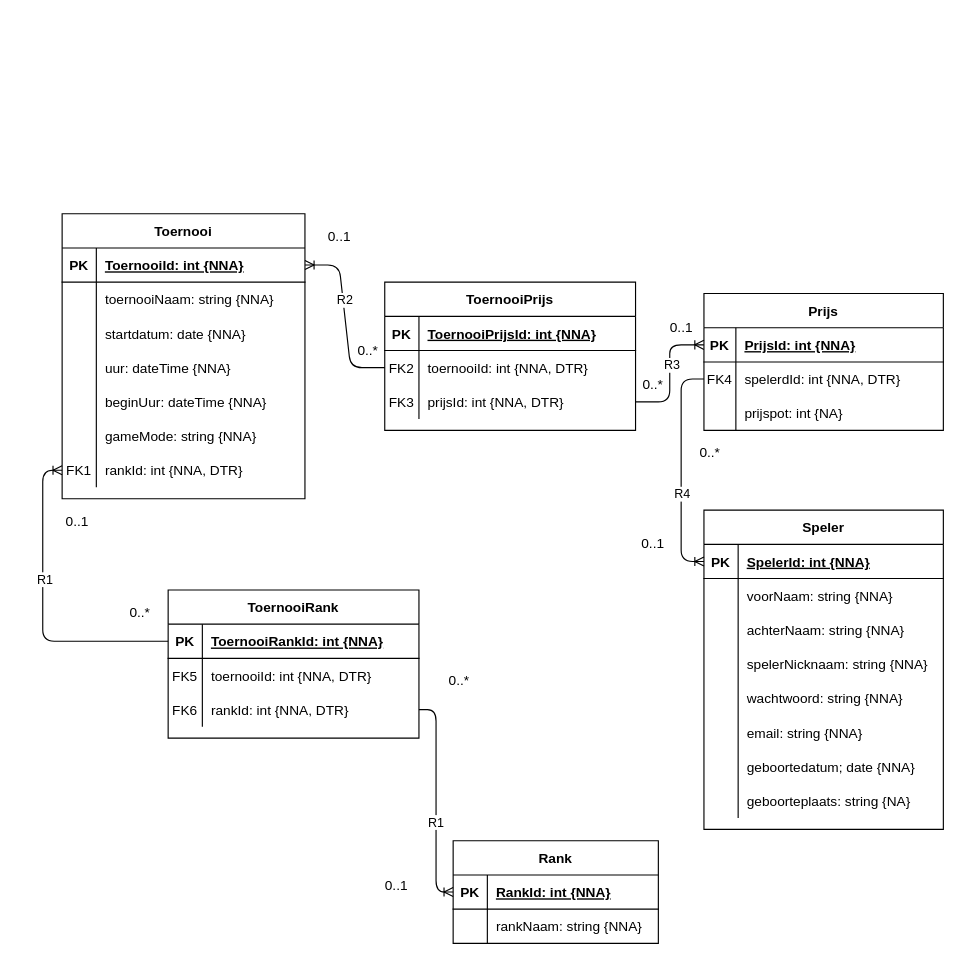
Above: Querries/DM_Project_toernooi_DeRidderJoris.drawio in JorisDeRidder42/DMProject_Toernooi (draw.io), before the change. Source tidied: cells renumbered, new cells numbered last; positions are measured from the earlier drawing's top-left corner, leaving out a move shared by most shapes. Both pictures are drawn from the tidied source at 114%, with x=0, y=0 at pixel (42, 213).
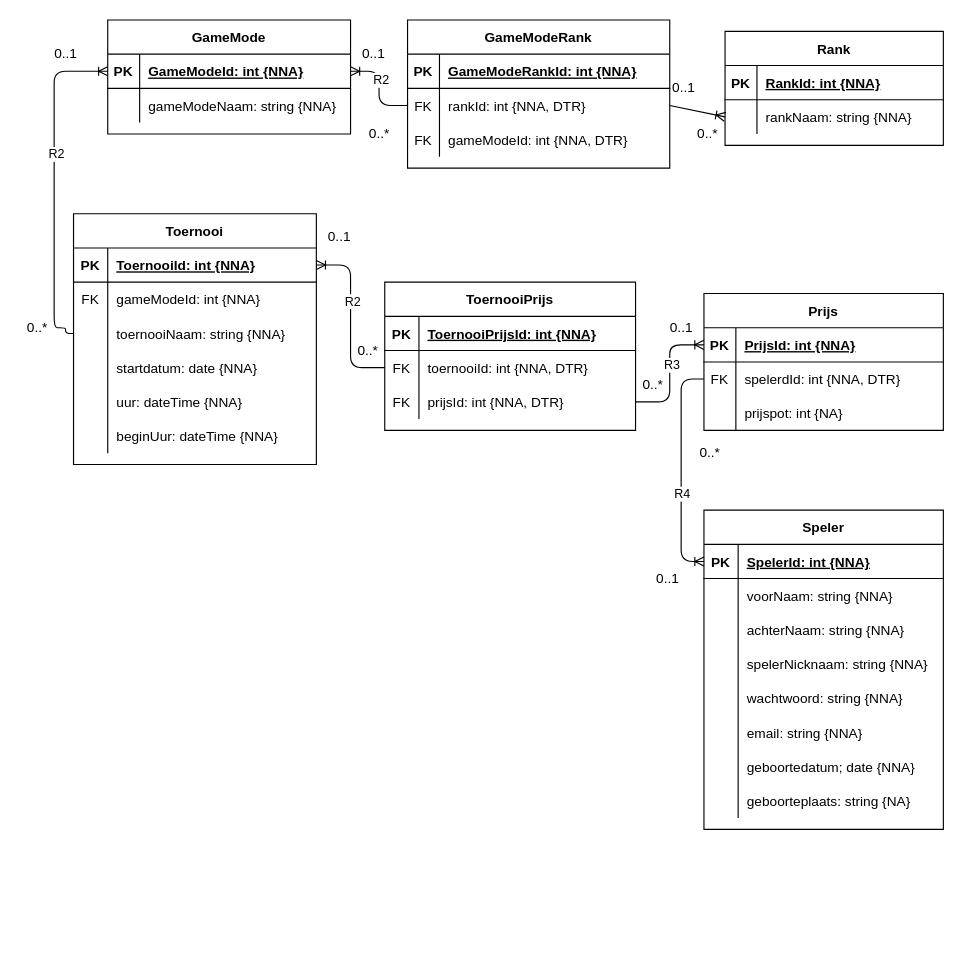
The same page after the edit.

The change refers to these unchanged cells:
```xml
<mxCell id="53" style="shape=partialRectangle;fillColor=none;top=0;left=0;bottom=0;right=0;points=[[0,0.5],[1,0.5]];portConstraint=eastwest;" parent="49" vertex="1">
  <mxGeometry y="60" width="210" height="30" as="geometry" />
</mxCell>
<mxCell id="70" style="shape=partialRectangle;fillColor=none;top=0;left=0;bottom=0;right=0;points=[[0,0.5],[1,0.5]];portConstraint=eastwest;" parent="66" vertex="1">
  <mxGeometry y="60" width="220" height="30" as="geometry" />
</mxCell>
<mxCell id="73" style="shape=partialRectangle;fillColor=none;top=0;left=0;bottom=0;right=0;points=[[0,0.5],[1,0.5]];portConstraint=eastwest;" parent="66" vertex="1">
  <mxGeometry y="90" width="220" height="30" as="geometry" />
</mxCell>
```

Diff of the diagram source:
```diff
@@
     <mxCell id="27" value="Toernooi" style="shape=table;startSize=30;childLayout=tableLayout;rowLines=0;fontStyle=1;align=center;" parent="1" vertex="1">
-      <mxGeometry x="17" width="213" height="250" as="geometry" />
+      <mxGeometry x="27" width="213" height="220" as="geometry" />
     </mxCell>
@@
+    <mxCell id="106" style="shape=partialRectangle;fillColor=none;top=0;left=0;bottom=0;right=0;" parent="27" vertex="1">
+      <mxGeometry y="60" width="213" height="30" as="geometry" />
+    </mxCell>
+    <mxCell id="107" value="FK" style="shape=partialRectangle;fillColor=none;top=0;left=0;bottom=0;right=0;fontStyle=0;overflow=hidden;" parent="106" vertex="1">
+      <mxGeometry width="30" height="30" as="geometry" />
+    </mxCell>
+    <mxCell id="108" value="gameModeId: int {NNA}" style="shape=partialRectangle;fillColor=none;top=0;left=0;bottom=0;right=0;align=left;spacingLeft=6;fontStyle=0;overflow=hidden;" parent="106" vertex="1">
+      <mxGeometry x="30" width="183" height="30" as="geometry" />
+    </mxCell>
     <mxCell id="31" style="shape=partialRectangle;fillColor=none;top=0;left=0;bottom=0;right=0;points=[[0,0.5],[1,0.5]];portConstraint=eastwest;" parent="27" vertex="1">
-      <mxGeometry y="60" width="213" height="30" as="geometry" />
+      <mxGeometry y="90" width="213" height="30" as="geometry" />
     </mxCell>
@@
     <mxCell id="34" style="shape=partialRectangle;fillColor=none;top=0;left=0;bottom=0;right=0;" parent="27" vertex="1">
-      <mxGeometry y="90" width="213" height="30" as="geometry" />
+      <mxGeometry y="120" width="213" height="30" as="geometry" />
     </mxCell>
@@
     <mxCell id="37" style="shape=partialRectangle;fillColor=none;top=0;left=0;bottom=0;right=0;" parent="27" vertex="1">
-      <mxGeometry y="120" width="213" height="30" as="geometry" />
+      <mxGeometry y="150" width="213" height="30" as="geometry" />
     </mxCell>
@@
     <mxCell id="40" style="shape=partialRectangle;fillColor=none;top=0;left=0;bottom=0;right=0;" parent="27" vertex="1">
-      <mxGeometry y="150" width="213" height="30" as="geometry" />
+      <mxGeometry y="180" width="213" height="30" as="geometry" />
     </mxCell>
@@
-    <mxCell id="43" style="shape=partialRectangle;fillColor=none;top=0;left=0;bottom=0;right=0;" parent="27" vertex="1">
-      <mxGeometry y="180" width="213" height="30" as="geometry" />
-    </mxCell>
-    <mxCell id="44" style="shape=partialRectangle;fillColor=none;top=0;left=0;bottom=0;right=0;overflow=hidden;" parent="43" vertex="1">
-      <mxGeometry width="30" height="30" as="geometry" />
-    </mxCell>
-    <mxCell id="45" value="gameMode: string {NNA}" style="shape=partialRectangle;fillColor=none;top=0;left=0;bottom=0;right=0;align=left;spacingLeft=6;overflow=hidden;" parent="43" vertex="1">
-      <mxGeometry x="30" width="183" height="30" as="geometry" />
-    </mxCell>
-    <mxCell id="46" style="shape=partialRectangle;fillColor=none;top=0;left=0;bottom=0;right=0;points=[[0,0.5],[1,0.5]];portConstraint=eastwest;" parent="27" vertex="1">
-      <mxGeometry y="210" width="213" height="30" as="geometry" />
-    </mxCell>
-    <mxCell id="47" value="FK1" style="shape=partialRectangle;fillColor=none;top=0;left=0;bottom=0;right=0;fontStyle=0;overflow=hidden;" parent="46" vertex="1">
-      <mxGeometry width="30" height="30" as="geometry" />
-    </mxCell>
-    <mxCell id="48" value="rankId: int {NNA, DTR}" style="shape=partialRectangle;fillColor=none;top=0;left=0;bottom=0;right=0;align=left;spacingLeft=6;fontStyle=0;overflow=hidden;" parent="46" vertex="1">
-      <mxGeometry x="30" width="183" height="30" as="geometry" />
-    </mxCell>
@@
-    <mxCell id="54" value="FK4" style="shape=partialRectangle;fillColor=none;top=0;left=0;bottom=0;right=0;overflow=hidden;" parent="53" vertex="1">
+    <mxCell id="54" value="FK" style="shape=partialRectangle;fillColor=none;top=0;left=0;bottom=0;right=0;overflow=hidden;" parent="53" vertex="1">
       <mxGeometry width="28" height="30" as="geometry" />
     </mxCell>
@@
-    <mxCell id="59" value="Rank" style="shape=table;startSize=30;childLayout=tableLayout;rowLines=0;fontStyle=1;align=center;" parent="1" vertex="1">
-      <mxGeometry x="360" y="550" width="180" height="90" as="geometry" />
-    </mxCell>
-    <mxCell id="60" style="shape=partialRectangle;fillColor=none;top=0;left=0;bottom=1;right=0;points=[[0,0.5],[1,0.5]];portConstraint=eastwest;" parent="59" vertex="1">
-      <mxGeometry y="30" width="180" height="30" as="geometry" />
-    </mxCell>
-    <mxCell id="61" value="PK" style="shape=partialRectangle;fillColor=none;top=0;left=0;bottom=0;right=0;fontStyle=1;overflow=hidden;" parent="60" vertex="1">
-      <mxGeometry width="30" height="30" as="geometry" />
-    </mxCell>
-    <mxCell id="62" value="RankId: int {NNA}" style="shape=partialRectangle;fillColor=none;top=0;left=0;bottom=0;right=0;align=left;spacingLeft=6;fontStyle=5;overflow=hidden;" parent="60" vertex="1">
-      <mxGeometry x="30" width="150" height="30" as="geometry" />
-    </mxCell>
-    <mxCell id="63" style="shape=partialRectangle;fillColor=none;top=0;left=0;bottom=0;right=0;" parent="59" vertex="1">
-      <mxGeometry y="60" width="180" height="30" as="geometry" />
-    </mxCell>
-    <mxCell id="64" style="shape=partialRectangle;fillColor=none;top=0;left=0;bottom=0;right=0;overflow=hidden;" parent="63" vertex="1">
-      <mxGeometry width="30" height="30" as="geometry" />
-    </mxCell>
-    <mxCell id="65" value="rankNaam: string {NNA}" style="shape=partialRectangle;fillColor=none;top=0;left=0;bottom=0;right=0;align=left;spacingLeft=6;overflow=hidden;" parent="63" vertex="1">
-      <mxGeometry x="30" width="150" height="30" as="geometry" />
-    </mxCell>
@@
-    <mxCell id="71" value="FK2" style="shape=partialRectangle;fillColor=none;top=0;left=0;bottom=0;right=0;overflow=hidden;" parent="70" vertex="1">
+    <mxCell id="71" value="FK" style="shape=partialRectangle;fillColor=none;top=0;left=0;bottom=0;right=0;overflow=hidden;" parent="70" vertex="1">
       <mxGeometry width="30" height="30" as="geometry" />
     </mxCell>
@@
-    <mxCell id="74" value="FK3" style="shape=partialRectangle;fillColor=none;top=0;left=0;bottom=0;right=0;overflow=hidden;" parent="73" vertex="1">
+    <mxCell id="74" value="FK" style="shape=partialRectangle;fillColor=none;top=0;left=0;bottom=0;right=0;overflow=hidden;" parent="73" vertex="1">
       <mxGeometry width="30" height="30" as="geometry" />
     </mxCell>
@@
-    <mxCell id="87" value="0..1" style="text;html=1;align=center;verticalAlign=middle;" parent="1" vertex="1">
-      <mxGeometry x="515" y="280" width="40" height="20" as="geometry" />
-    </mxCell>
-    <mxCell id="88" value="ToernooiRank" style="shape=table;startSize=30;childLayout=tableLayout;rowLines=0;fontStyle=1;align=center;" parent="1" vertex="1">
-      <mxGeometry x="110" y="330" width="220" height="130" as="geometry" />
-    </mxCell>
-    <mxCell id="89" style="shape=partialRectangle;fillColor=none;top=0;left=0;bottom=1;right=0;points=[[0,0.5],[1,0.5]];portConstraint=eastwest;" parent="88" vertex="1">
-      <mxGeometry y="30" width="220" height="30" as="geometry" />
-    </mxCell>
-    <mxCell id="90" value="PK" style="shape=partialRectangle;fillColor=none;top=0;left=0;bottom=0;right=0;fontStyle=1;overflow=hidden;" parent="89" vertex="1">
-      <mxGeometry width="30" height="30" as="geometry" />
-    </mxCell>
-    <mxCell id="91" value="ToernooiRankId: int {NNA}" style="shape=partialRectangle;fillColor=none;top=0;left=0;bottom=0;right=0;align=left;spacingLeft=6;fontStyle=5;overflow=hidden;" parent="89" vertex="1">
-      <mxGeometry x="30" width="190" height="30" as="geometry" />
-    </mxCell>
-    <mxCell id="92" style="shape=partialRectangle;fillColor=none;top=0;left=0;bottom=0;right=0;" parent="88" vertex="1">
-      <mxGeometry y="60" width="220" height="30" as="geometry" />
-    </mxCell>
-    <mxCell id="93" value="FK5" style="shape=partialRectangle;fillColor=none;top=0;left=0;bottom=0;right=0;overflow=hidden;" parent="92" vertex="1">
-      <mxGeometry width="30" height="30" as="geometry" />
-    </mxCell>
-    <mxCell id="94" value="toernooiId: int {NNA, DTR}" style="shape=partialRectangle;fillColor=none;top=0;left=0;bottom=0;right=0;align=left;spacingLeft=6;overflow=hidden;" parent="92" vertex="1">
-      <mxGeometry x="30" width="190" height="30" as="geometry" />
-    </mxCell>
-    <mxCell id="95" style="shape=partialRectangle;fillColor=none;top=0;left=0;bottom=0;right=0;points=[[0,0.5],[1,0.5]];portConstraint=eastwest;" parent="88" vertex="1">
-      <mxGeometry y="90" width="220" height="30" as="geometry" />
-    </mxCell>
-    <mxCell id="96" value="FK6" style="shape=partialRectangle;fillColor=none;top=0;left=0;bottom=0;right=0;overflow=hidden;" parent="95" vertex="1">
-      <mxGeometry width="30" height="30" as="geometry" />
-    </mxCell>
-    <mxCell id="97" value="rankId: int {NNA, DTR}" style="shape=partialRectangle;fillColor=none;top=0;left=0;bottom=0;right=0;align=left;spacingLeft=6;overflow=hidden;" parent="95" vertex="1">
-      <mxGeometry x="30" width="190" height="30" as="geometry" />
-    </mxCell>
-    <mxCell id="98" style="edgeStyle=orthogonalEdgeStyle;fontSize=12;html=1;endArrow=ERoneToMany;entryX=0;entryY=0.5;entryDx=0;entryDy=0;exitX=0;exitY=0.5;exitDx=0;exitDy=0;" parent="1" edge="1" source="89" target="46">
-      <mxGeometry relative="1" as="geometry">
-        <Array as="points">
-          <mxPoint y="375" />
-          <mxPoint y="225" />
-        </Array>
-      </mxGeometry>
-    </mxCell>
-    <mxCell id="99" value="R1" style="edgeLabel;html=1;align=center;verticalAlign=middle;" parent="98" vertex="1">
-      <mxGeometry x="0.19" y="-1" relative="1" as="geometry" />
-    </mxCell>
-    <mxCell id="100" value="0..*" style="text;html=1;align=center;verticalAlign=middle;" parent="1" vertex="1">
-      <mxGeometry x="70" y="340" width="30" height="20" as="geometry" />
-    </mxCell>
-    <mxCell id="101" value="0..1" style="text;html=1;align=center;verticalAlign=middle;" parent="1" vertex="1">
-      <mxGeometry x="10" y="260" width="40" height="20" as="geometry" />
-    </mxCell>
-    <mxCell id="102" style="edgeStyle=orthogonalEdgeStyle;fontSize=12;html=1;endArrow=ERoneToMany;entryX=0;entryY=0.5;entryDx=0;entryDy=0;exitX=1;exitY=0.5;exitDx=0;exitDy=0;" parent="1" edge="1" source="95" target="60">
-      <mxGeometry relative="1" as="geometry" />
-    </mxCell>
-    <mxCell id="103" value="R1" style="edgeLabel;html=1;align=center;verticalAlign=middle;" parent="102" vertex="1">
-      <mxGeometry x="0.19" y="-1" relative="1" as="geometry" />
-    </mxCell>
-    <mxCell id="104" value="0..*" style="text;html=1;align=center;verticalAlign=middle;" parent="1" vertex="1">
-      <mxGeometry x="350" y="400" width="30" height="20" as="geometry" />
-    </mxCell>
-    <mxCell id="105" value="0..1" style="text;html=1;align=center;verticalAlign=middle;" parent="1" vertex="1">
-      <mxGeometry x="290" y="580" width="40" height="20" as="geometry" />
-    </mxCell>
+    <mxCell id="109" value="GameMode" style="shape=table;startSize=30;childLayout=tableLayout;rowLines=0;fontStyle=1;align=center;" parent="1" vertex="1">
+      <mxGeometry x="57" y="-170" width="213" height="100" as="geometry" />
+    </mxCell>
+    <mxCell id="110" style="shape=partialRectangle;fillColor=none;top=0;left=0;bottom=1;right=0;points=[[0,0.5],[1,0.5]];portConstraint=eastwest;" parent="109" vertex="1">
+      <mxGeometry y="30" width="213" height="30" as="geometry" />
+    </mxCell>
+    <mxCell id="111" value="PK" style="shape=partialRectangle;fillColor=none;top=0;left=0;bottom=0;right=0;fontStyle=1;overflow=hidden;" parent="110" vertex="1">
+      <mxGeometry width="28" height="30" as="geometry" />
+    </mxCell>
+    <mxCell id="112" value="GameModeId: int {NNA}" style="shape=partialRectangle;fillColor=none;top=0;left=0;bottom=0;right=0;align=left;spacingLeft=6;fontStyle=5;overflow=hidden;" parent="110" vertex="1">
+      <mxGeometry x="28" width="185" height="30" as="geometry" />
+    </mxCell>
+    <mxCell id="113" style="shape=partialRectangle;fillColor=none;top=0;left=0;bottom=0;right=0;" parent="109" vertex="1">
+      <mxGeometry y="60" width="213" height="30" as="geometry" />
+    </mxCell>
+    <mxCell id="114" style="shape=partialRectangle;fillColor=none;top=0;left=0;bottom=0;right=0;overflow=hidden;" parent="113" vertex="1">
+      <mxGeometry width="28" height="30" as="geometry" />
+    </mxCell>
+    <mxCell id="115" value="gameModeNaam: string {NNA}" style="shape=partialRectangle;fillColor=none;top=0;left=0;bottom=0;right=0;align=left;spacingLeft=6;overflow=hidden;" parent="113" vertex="1">
+      <mxGeometry x="28" width="185" height="30" as="geometry" />
+    </mxCell>
+    <mxCell id="116" value="GameModeRank" style="shape=table;startSize=30;childLayout=tableLayout;rowLines=0;fontStyle=1;align=center;" parent="1" vertex="1">
+      <mxGeometry x="320" y="-170" width="230" height="130" as="geometry" />
+    </mxCell>
+    <mxCell id="117" style="shape=partialRectangle;fillColor=none;top=0;left=0;bottom=1;right=0;" parent="116" vertex="1">
+      <mxGeometry y="30" width="230" height="30" as="geometry" />
+    </mxCell>
+    <mxCell id="118" value="PK" style="shape=partialRectangle;fillColor=none;top=0;left=0;bottom=0;right=0;fontStyle=1;overflow=hidden;" parent="117" vertex="1">
+      <mxGeometry width="28" height="30" as="geometry" />
+    </mxCell>
+    <mxCell id="119" value="GameModeRankId: int {NNA}" style="shape=partialRectangle;fillColor=none;top=0;left=0;bottom=0;right=0;align=left;spacingLeft=6;fontStyle=5;overflow=hidden;" parent="117" vertex="1">
+      <mxGeometry x="28" width="202" height="30" as="geometry" />
+    </mxCell>
+    <mxCell id="120" style="shape=partialRectangle;fillColor=none;top=0;left=0;bottom=0;right=0;points=[[0,0.5],[1,0.5]];portConstraint=eastwest;" parent="116" vertex="1">
+      <mxGeometry y="60" width="230" height="30" as="geometry" />
+    </mxCell>
+    <mxCell id="121" value="FK" style="shape=partialRectangle;fillColor=none;top=0;left=0;bottom=0;right=0;fontStyle=0;overflow=hidden;" parent="120" vertex="1">
+      <mxGeometry width="28" height="30" as="geometry" />
+    </mxCell>
+    <mxCell id="48" value="rankId: int {NNA, DTR}" style="shape=partialRectangle;fillColor=none;top=0;left=0;bottom=0;right=0;align=left;spacingLeft=6;fontStyle=0;overflow=hidden;" parent="120" vertex="1">
+      <mxGeometry x="28" width="202" height="30" as="geometry" />
+    </mxCell>
+    <mxCell id="122" style="shape=partialRectangle;fillColor=none;top=0;left=0;bottom=0;right=0;" parent="116" vertex="1">
+      <mxGeometry y="90" width="230" height="30" as="geometry" />
+    </mxCell>
+    <mxCell id="123" value="FK" style="shape=partialRectangle;fillColor=none;top=0;left=0;bottom=0;right=0;fontStyle=0;overflow=hidden;" parent="122" vertex="1">
+      <mxGeometry width="28" height="30" as="geometry" />
+    </mxCell>
+    <mxCell id="124" value="gameModeId: int {NNA, DTR}" style="shape=partialRectangle;fillColor=none;top=0;left=0;bottom=0;right=0;align=left;spacingLeft=6;fontStyle=0;overflow=hidden;" parent="122" vertex="1">
+      <mxGeometry x="28" width="202" height="30" as="geometry" />
+    </mxCell>
+    <mxCell id="59" value="Rank" style="shape=table;startSize=30;childLayout=tableLayout;rowLines=0;fontStyle=1;align=center;" parent="1" vertex="1">
+      <mxGeometry x="598.5" y="-160" width="191.5" height="100" as="geometry" />
+    </mxCell>
+    <mxCell id="125" style="shape=partialRectangle;fillColor=none;top=0;left=0;bottom=1;right=0;" parent="59" vertex="1">
+      <mxGeometry y="30" width="191.5" height="30" as="geometry" />
+    </mxCell>
+    <mxCell id="126" value="PK" style="shape=partialRectangle;fillColor=none;top=0;left=0;bottom=0;right=0;fontStyle=1;overflow=hidden;" parent="125" vertex="1">
+      <mxGeometry width="28" height="30" as="geometry" />
+    </mxCell>
+    <mxCell id="62" value="RankId: int {NNA}" style="shape=partialRectangle;fillColor=none;top=0;left=0;bottom=0;right=0;align=left;spacingLeft=6;fontStyle=5;overflow=hidden;" parent="125" vertex="1">
+      <mxGeometry x="28" width="163.5" height="30" as="geometry" />
+    </mxCell>
+    <mxCell id="127" style="shape=partialRectangle;fillColor=none;top=0;left=0;bottom=0;right=0;points=[[0,0.5],[1,0.5]];portConstraint=eastwest;" parent="59" vertex="1">
+      <mxGeometry y="60" width="191.5" height="30" as="geometry" />
+    </mxCell>
+    <mxCell id="128" style="shape=partialRectangle;fillColor=none;top=0;left=0;bottom=0;right=0;overflow=hidden;" parent="127" vertex="1">
+      <mxGeometry width="28" height="30" as="geometry" />
+    </mxCell>
+    <mxCell id="65" value="rankNaam: string {NNA}" style="shape=partialRectangle;fillColor=none;top=0;left=0;bottom=0;right=0;align=left;spacingLeft=6;overflow=hidden;" parent="127" vertex="1">
+      <mxGeometry x="28" width="163.5" height="30" as="geometry" />
+    </mxCell>
+    <mxCell id="129" value="0..1" style="text;html=1;align=center;verticalAlign=middle;" parent="1" vertex="1">
+      <mxGeometry y="-150" width="40" height="20" as="geometry" />
+    </mxCell>
+    <mxCell id="130" value="0..*" style="text;html=1;align=center;verticalAlign=middle;" parent="1" vertex="1">
+      <mxGeometry x="-20" y="90" width="30" height="20" as="geometry" />
+    </mxCell>
+    <mxCell id="131" style="edgeStyle=orthogonalEdgeStyle;fontSize=12;html=1;endArrow=ERoneToMany;entryX=0;entryY=0.5;entryDx=0;entryDy=0;exitX=0;exitY=0.5;exitDx=0;exitDy=0;" parent="1" edge="1" source="31" target="110">
+      <mxGeometry relative="1" as="geometry">
+        <Array as="points">
+          <mxPoint x="20" y="105" />
+          <mxPoint x="20" y="100" />
+          <mxPoint x="10" y="100" />
+          <mxPoint x="10" y="-125" />
+        </Array>
+      </mxGeometry>
+    </mxCell>
+    <mxCell id="132" value="R2" style="edgeLabel;html=1;align=center;verticalAlign=middle;" parent="131" vertex="1">
+      <mxGeometry x="0.19" y="-1" relative="1" as="geometry" />
+    </mxCell>
+    <mxCell id="133" style="edgeStyle=orthogonalEdgeStyle;fontSize=12;html=1;endArrow=ERoneToMany;entryX=1;entryY=0.5;entryDx=0;entryDy=0;exitX=0;exitY=0.5;exitDx=0;exitDy=0;" parent="1" edge="1" source="120" target="110">
+      <mxGeometry relative="1" as="geometry" />
+    </mxCell>
+    <mxCell id="134" value="R2" style="edgeLabel;html=1;align=center;verticalAlign=middle;" parent="133" vertex="1">
+      <mxGeometry x="0.19" y="-1" relative="1" as="geometry" />
+    </mxCell>
+    <mxCell id="135" style="fontSize=12;html=1;endArrow=ERoneToMany;entryX=0;entryY=0.5;entryDx=0;entryDy=0;exitX=1;exitY=0.5;exitDx=0;exitDy=0;" parent="1" edge="1" source="120" target="127">
+      <mxGeometry relative="1" as="geometry" />
+    </mxCell>
+    <mxCell id="136" value="0..1" style="text;html=1;align=center;verticalAlign=middle;" parent="1" vertex="1">
+      <mxGeometry x="270" y="-150" width="40" height="20" as="geometry" />
+    </mxCell>
+    <mxCell id="137" value="0..*" style="text;html=1;align=center;verticalAlign=middle;" parent="1" vertex="1">
+      <mxGeometry x="280" y="-80" width="30" height="20" as="geometry" />
+    </mxCell>
+    <mxCell id="138" value="0..*" style="text;html=1;align=center;verticalAlign=middle;" parent="1" vertex="1">
+      <mxGeometry x="568" y="-80" width="30" height="20" as="geometry" />
+    </mxCell>
+    <mxCell id="139" value="0..1" style="text;html=1;align=center;verticalAlign=middle;" parent="1" vertex="1">
+      <mxGeometry x="542" y="-120" width="40" height="20" as="geometry" />
+    </mxCell>
+    <mxCell id="140" value="0..1" style="text;html=1;align=center;verticalAlign=middle;" parent="1" vertex="1">
+      <mxGeometry x="528" y="310" width="40" height="20" as="geometry" />
+    </mxCell>
```
